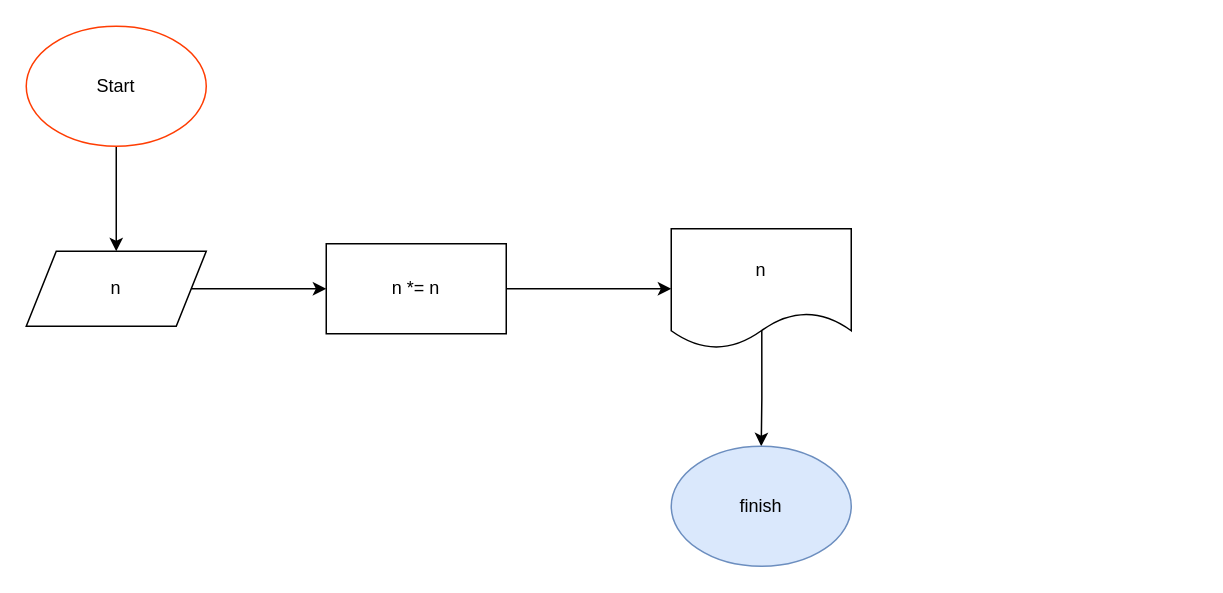
This is power_of_num.drawio from yourenoticed/gb, a draw.io file, before an edit. Source tidied: cells renumbered, new cells numbered last; positions are measured from the earlier drawing's top-left corner, leaving out a move shared by most shapes. Both pictures are drawn from the tidied source at 150%, with x=0, y=0 at pixel (26, 26).
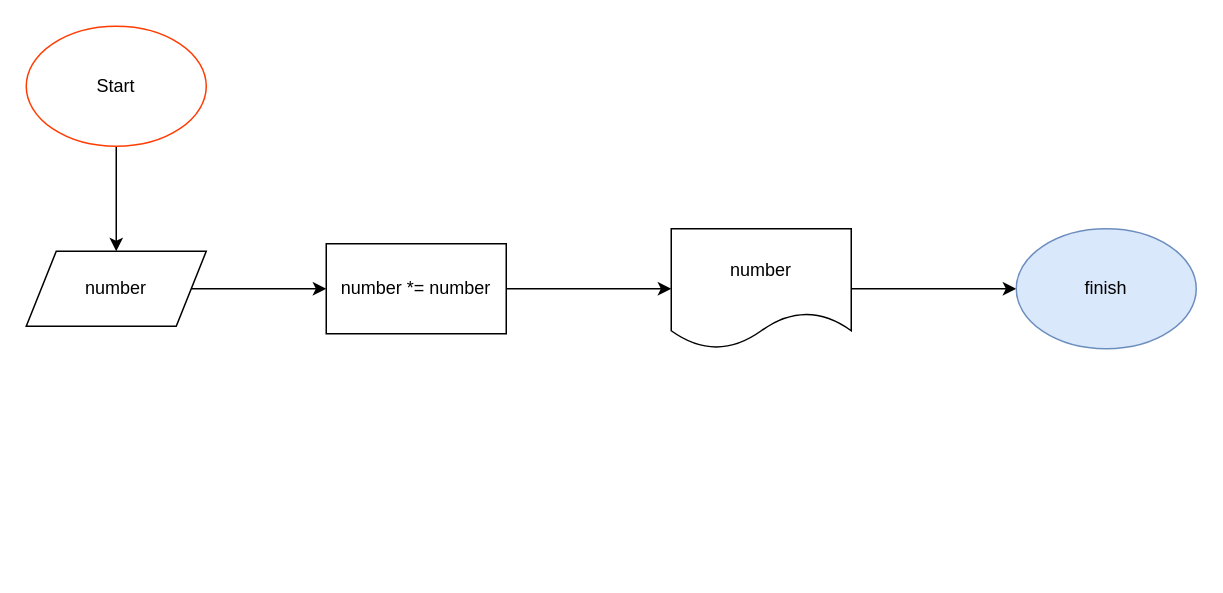
The same diagram, later.

The edit, as a diff of the source:
```diff
@@
 <mxGraphModel>
   <root>
     <mxCell id="0" />
     <mxCell id="1" parent="0" />
     <mxCell id="2" style="edgeStyle=orthogonalEdgeStyle;rounded=0;jettySize=auto;html=1;" parent="1" edge="1" source="3" target="5">
       <mxGeometry relative="1" as="geometry" />
     </mxCell>
     <mxCell id="3" value="Start" style="ellipse;whiteSpace=wrap;html=1;strokeColor=#FF3D03;" parent="1" vertex="1">
       <mxGeometry width="120" height="80" as="geometry" />
     </mxCell>
     <mxCell id="4" style="edgeStyle=orthogonalEdgeStyle;rounded=0;jettySize=auto;html=1;" parent="1" edge="1" source="5" target="7">
       <mxGeometry relative="1" as="geometry" />
     </mxCell>
-    <mxCell id="5" value="n" style="shape=parallelogram;perimeter=parallelogramPerimeter;whiteSpace=wrap;html=1;fixedSize=1;" parent="1" vertex="1">
+    <mxCell id="5" value="number" style="shape=parallelogram;perimeter=parallelogramPerimeter;whiteSpace=wrap;html=1;fixedSize=1;" parent="1" vertex="1">
       <mxGeometry y="150" width="120" height="50" as="geometry" />
     </mxCell>
     <mxCell id="6" style="edgeStyle=orthogonalEdgeStyle;rounded=0;jettySize=auto;html=1;" parent="1" edge="1" source="7" target="9">
       <mxGeometry relative="1" as="geometry" />
     </mxCell>
-    <mxCell id="7" value="n *= n" style="rounded=0;whiteSpace=wrap;html=1;" parent="1" vertex="1">
+    <mxCell id="7" value="number *= number" style="rounded=0;whiteSpace=wrap;html=1;" parent="1" vertex="1">
       <mxGeometry x="200" y="145" width="120" height="60" as="geometry" />
     </mxCell>
-    <mxCell id="8" style="edgeStyle=orthogonalEdgeStyle;rounded=0;jettySize=auto;html=1;exitX=0.503;exitY=0.829;exitDx=0;exitDy=0;exitPerimeter=0;" parent="1" edge="1" source="9" target="10">
+    <mxCell id="8" style="edgeStyle=orthogonalEdgeStyle;rounded=0;jettySize=auto;html=1;exitX=1;exitY=0.5;exitDx=0;exitDy=0;" parent="1" edge="1" source="9" target="10">
       <mxGeometry relative="1" as="geometry" />
     </mxCell>
-    <mxCell id="9" value="n" style="shape=document;whiteSpace=wrap;html=1;boundedLbl=1;" parent="1" vertex="1">
+    <mxCell id="9" value="number" style="shape=document;whiteSpace=wrap;html=1;boundedLbl=1;" parent="1" vertex="1">
       <mxGeometry x="430" y="135" width="120" height="80" as="geometry" />
     </mxCell>
     <mxCell id="10" value="finish" style="ellipse;whiteSpace=wrap;html=1;fillColor=#dae8fc;strokeColor=#6c8ebf;" parent="1" vertex="1">
-      <mxGeometry x="430" y="280" width="120" height="80" as="geometry" />
+      <mxGeometry x="660" y="135" width="120" height="80" as="geometry" />
     </mxCell>
   </root>
 </mxGraphModel>
```
